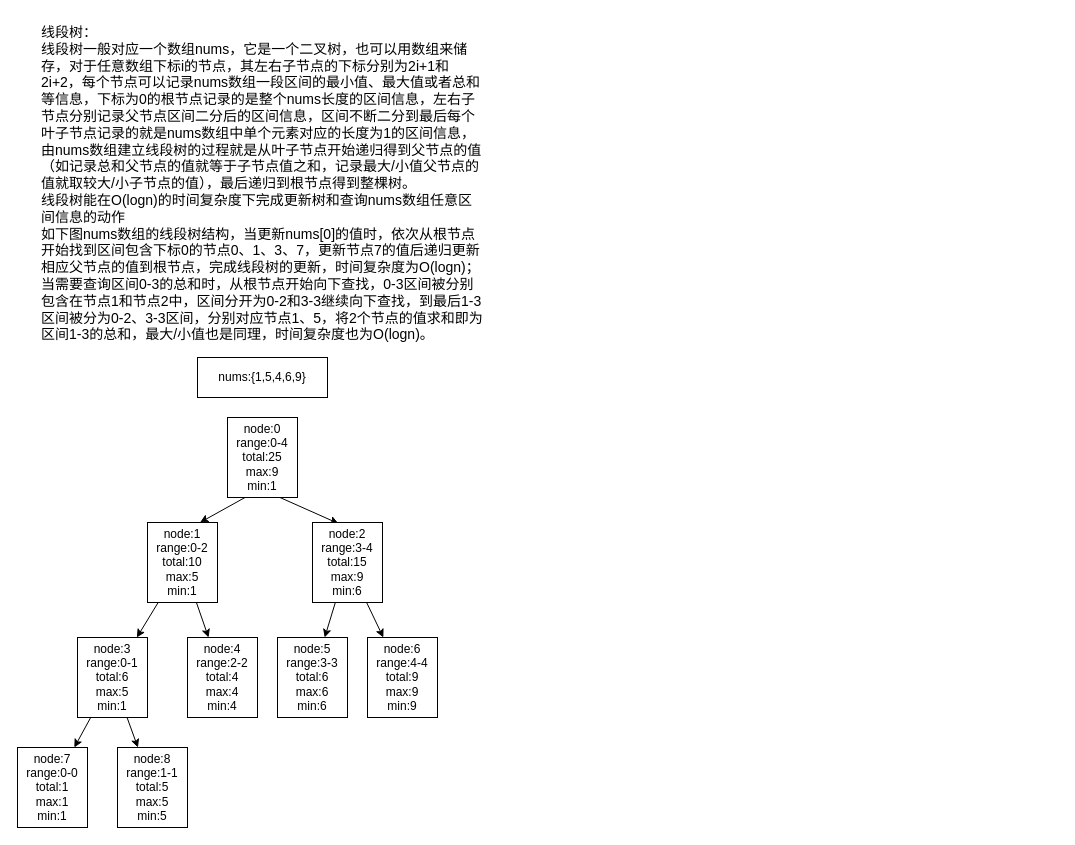
Above: 线段树和树状数组.drawio in a7956232/drawIOFiles (draw.io), before the change. Source tidied: cells renumbered, new cells numbered last; positions are measured from the earlier drawing's top-left corner, leaving out a move shared by most shapes. Both pictures are drawn from the tidied source at 100%, with x=0, y=0 at pixel (17, 17).
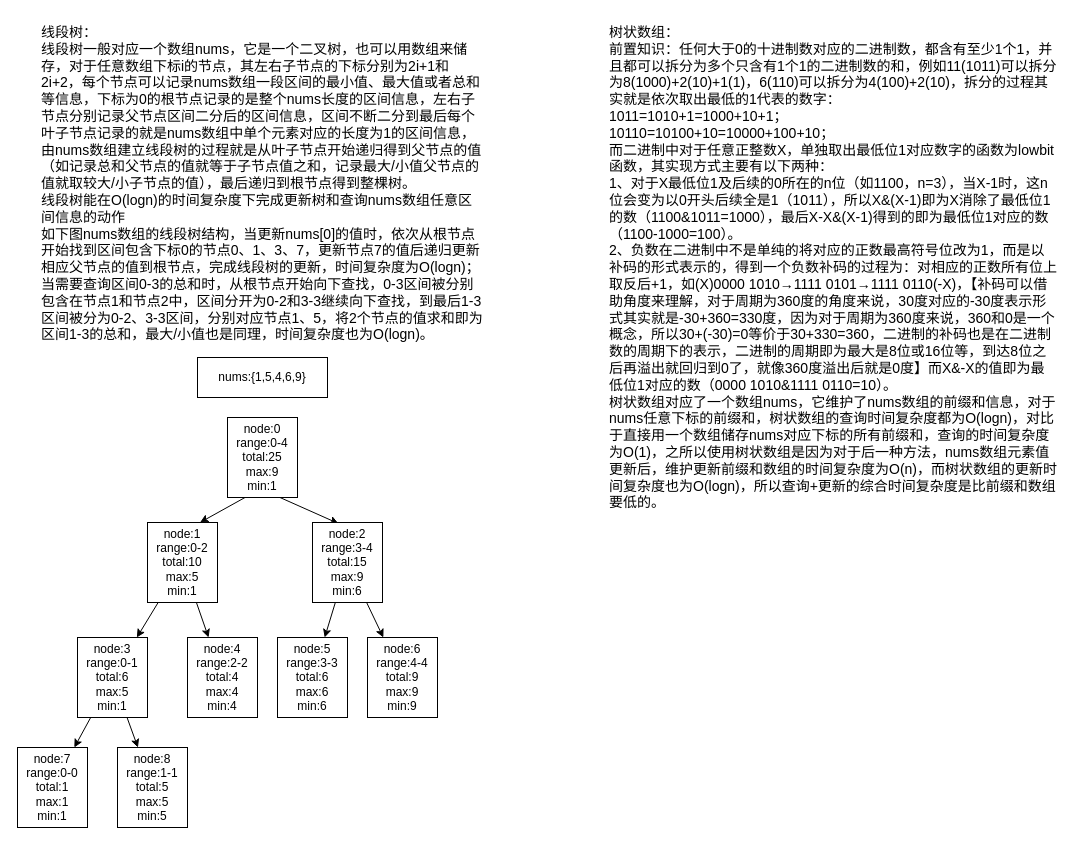
Above is the later version.

Commit message:
更新线段树和树状数组.drawio

What changed in the source:
```diff
@@
+    <mxCell id="21" value="&lt;font style=&quot;font-size: 14px;&quot;&gt;树状数组：&lt;br&gt;前置知识：任何大于0的十进制数对应的二进制数，都含有至少1个1，并且都可以拆分为多个只含有1个1的二进制数的和，例如11(1011)可以拆分为8(1000)+2(10)+1(1)，6(110)可以拆分为4(100)+2(10)，拆分的过程其实就是依次取出最低的1代表的数字：&lt;br&gt;1011=1010+1=1000+10+1；&lt;br&gt;10110=10100+10=10000+100+10；&lt;br&gt;而二进制中对于任意正整数X，单独取出最低位1对应数字的函数为lowbit函数，其实现方式主要有以下两种：&lt;br&gt;1、对于X最低位1及后续的0所在的n位（如1100，n=3），当X-1时，这n位会变为以0开头后续全是1（1011），所以X&amp;amp;(X-1)即为X消除了最低位1的数（1100&amp;amp;1011=1000），最后X-X&amp;amp;(X-1)得到的即为最低位1对应的数（1100-1000=100）。&lt;br&gt;2、负数在二进制中不是单纯的将对应的正数最高符号位改为1，而是以补码的形式表示的，得到一个负数补码的过程为：对相应的正数所有位上取反后+1，如(X)0000 1010→1111 0101→1111 0110(-X)，【补码可以借助角度来理解，对于周期为360度的角度来说，30度对应的-30度表示形式其实就是-30+360=330度，因为对于周期为360度来说，360和0是一个概念，所以30+(-30)=0等价于30+330=360，二进制的补码也是在二进制数的周期下的表示，二进制的周期即为最大是8位或16位等，到达8位之后再溢出就回归到0了，就像360度溢出后就是0度】而X&amp;amp;-X的值即为最低位1对应的数（0000 1010&amp;amp;1111 0110=10）。&lt;br&gt;树状数组对应了一个数组nums，它维护了nums数组的前缀和信息，对于nums任意下标的前缀和，树状数组的查询时间复杂度都为O(logn)，对比于直接用一个数组储存nums对应下标的所有前缀和，查询的时间复杂度为O(1)，之所以使用树状数组是因为对于后一种方法，nums数组元素值更新后，维护更新前缀和数组的时间复杂度为O(n)，而树状数组的更新时间复杂度也为O(logn)，所以查询+更新的综合时间复杂度是比前缀和数组要低的。&lt;br&gt;&lt;/font&gt;" style="text;html=1;strokeColor=none;fillColor=none;align=left;verticalAlign=top;whiteSpace=wrap;rounded=0;" parent="1" vertex="1">
+      <mxGeometry x="590" width="450" height="580" as="geometry" />
+    </mxCell>
```
